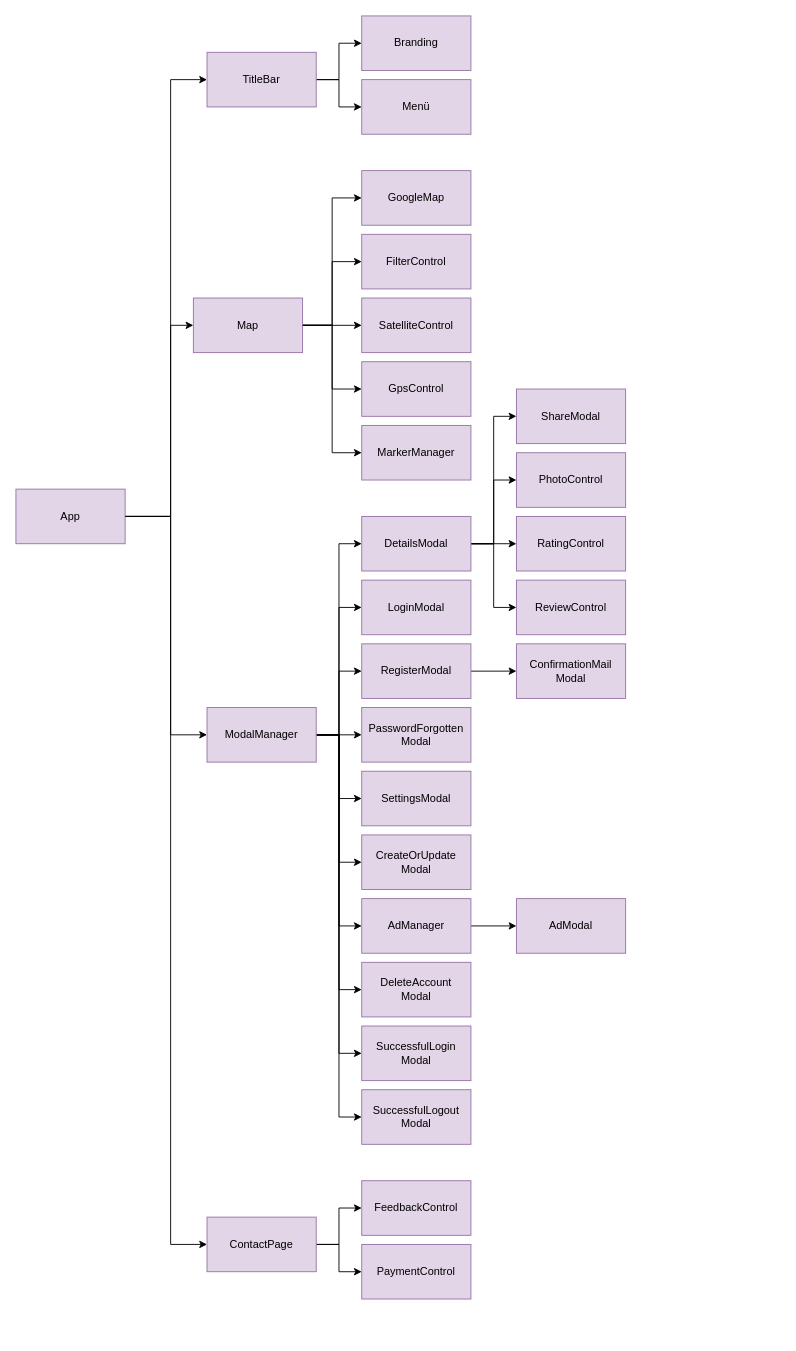
Earlier version of the draw.io diagram page "front-end" (6 of 6) of _images/architecture.drawio (gartenkralle/geolocation-services-doc). Source tidied: cells renumbered, new cells numbered last; positions are measured from the earlier drawing's top-left corner, leaving out a move shared by most shapes. Both pictures are drawn from the tidied source at 91%, with x=0, y=0 at pixel (15, 15).
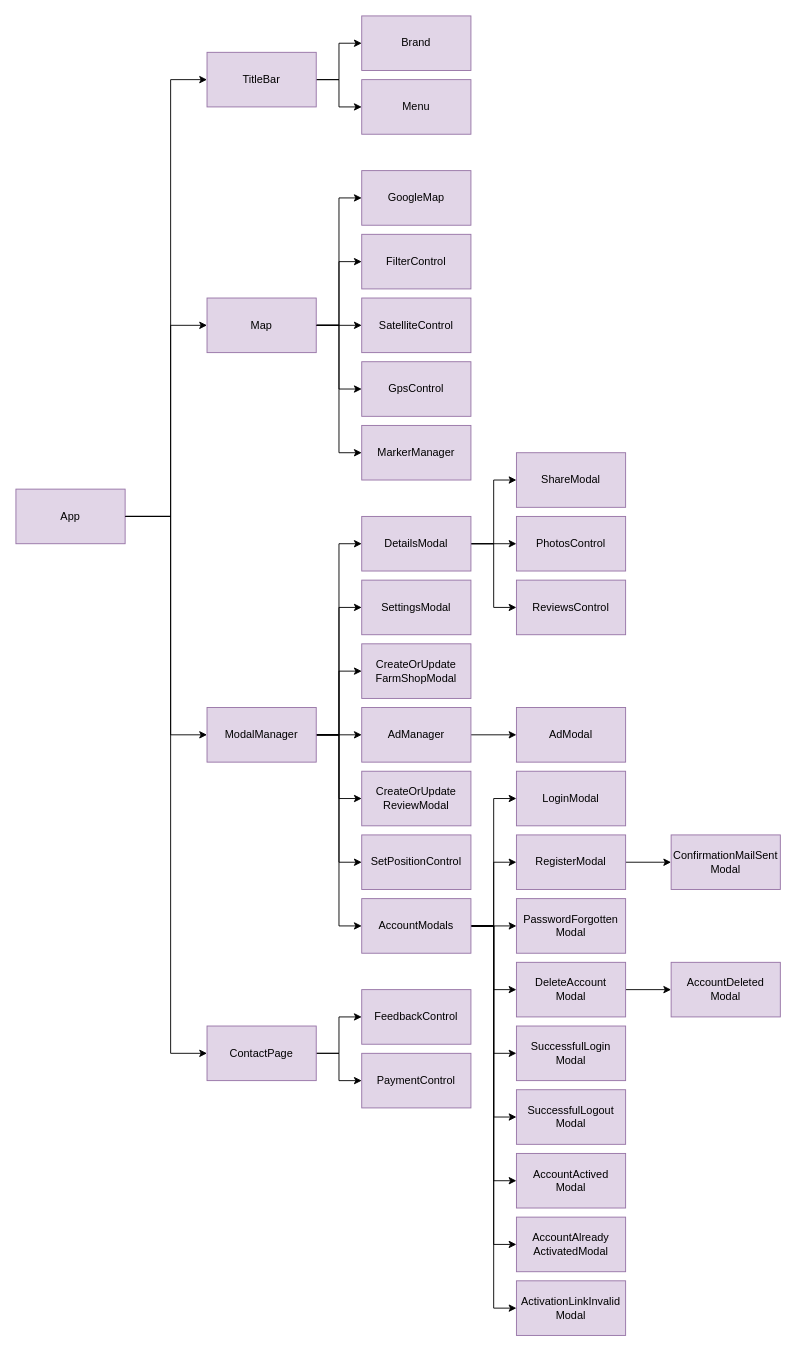
Above is the later version.

Commit message (it also covers changes not shown here):
update front end diagram

The change refers to these unchanged cells:
```xml
<mxCell id="5" value="App" style="rounded=0;whiteSpace=wrap;html=1;fillColor=#e1d5e7;strokeColor=#9673a6;" parent="1" vertex="1">
  <mxGeometry y="520" width="120" height="60" as="geometry" />
</mxCell>
<mxCell id="22" value="ModalManager" style="rounded=0;whiteSpace=wrap;html=1;fillColor=#e1d5e7;strokeColor=#9673a6;" parent="1" vertex="1">
  <mxGeometry x="210" y="760" width="120" height="60" as="geometry" />
</mxCell>
<mxCell id="37" value="DetailsModal" style="rounded=0;whiteSpace=wrap;html=1;fillColor=#e1d5e7;strokeColor=#9673a6;" parent="1" vertex="1">
  <mxGeometry x="380" y="550" width="120" height="60" as="geometry" />
</mxCell>
```

Change to the diagram source:
```diff
@@
     <mxCell id="4" style="edgeStyle=orthogonalEdgeStyle;rounded=0;jettySize=auto;html=1;entryX=0;entryY=0.5;entryDx=0;entryDy=0;" parent="1" edge="1" source="5" target="49">
       <mxGeometry relative="1" as="geometry">
         <Array as="points">
           <mxPoint x="170" y="550" />
-          <mxPoint x="170" y="1350" />
+          <mxPoint x="170" y="1140" />
         </Array>
       </mxGeometry>
     </mxCell>
@@
-    <mxCell id="6" value="Menü" style="rounded=0;whiteSpace=wrap;html=1;fillColor=#e1d5e7;strokeColor=#9673a6;" parent="1" vertex="1">
+    <mxCell id="6" value="Menu" style="rounded=0;whiteSpace=wrap;html=1;fillColor=#e1d5e7;strokeColor=#9673a6;" parent="1" vertex="1">
       <mxGeometry x="380" y="70" width="120" height="60" as="geometry" />
     </mxCell>
@@
     <mxCell id="11" value="Map" style="rounded=0;whiteSpace=wrap;html=1;fillColor=#e1d5e7;strokeColor=#9673a6;" parent="1" vertex="1">
-      <mxGeometry x="195" y="310" width="120" height="60" as="geometry" />
+      <mxGeometry x="210" y="310" width="120" height="60" as="geometry" />
     </mxCell>
@@
-    <mxCell id="13" style="edgeStyle=orthogonalEdgeStyle;rounded=0;jettySize=auto;html=1;entryX=0;entryY=0.5;entryDx=0;entryDy=0;" parent="1" edge="1" source="22" target="23">
-      <mxGeometry relative="1" as="geometry" />
-    </mxCell>
-    <mxCell id="14" style="edgeStyle=orthogonalEdgeStyle;rounded=0;jettySize=auto;html=1;entryX=0;entryY=0.5;entryDx=0;entryDy=0;" parent="1" edge="1" source="22" target="25">
-      <mxGeometry relative="1" as="geometry" />
-    </mxCell>
-    <mxCell id="15" style="edgeStyle=orthogonalEdgeStyle;rounded=0;jettySize=auto;html=1;entryX=0;entryY=0.5;entryDx=0;entryDy=0;" parent="1" edge="1" source="22" target="26">
-      <mxGeometry relative="1" as="geometry" />
-    </mxCell>
@@
-    <mxCell id="19" style="edgeStyle=orthogonalEdgeStyle;rounded=0;jettySize=auto;html=1;entryX=0;entryY=0.5;entryDx=0;entryDy=0;" parent="1" edge="1" source="22" target="53">
-      <mxGeometry relative="1" as="geometry" />
-    </mxCell>
-    <mxCell id="20" style="edgeStyle=orthogonalEdgeStyle;rounded=0;jettySize=auto;html=1;entryX=0;entryY=0.5;entryDx=0;entryDy=0;" parent="1" edge="1" source="22" target="58">
-      <mxGeometry relative="1" as="geometry" />
-    </mxCell>
-    <mxCell id="21" style="edgeStyle=orthogonalEdgeStyle;rounded=0;jettySize=auto;html=1;entryX=0;entryY=0.5;entryDx=0;entryDy=0;" parent="1" edge="1" source="22" target="59">
-      <mxGeometry relative="1" as="geometry" />
-    </mxCell>
+    <mxCell id="61" style="edgeStyle=orthogonalEdgeStyle;rounded=0;jettySize=auto;html=1;entryX=0;entryY=0.5;entryDx=0;entryDy=0;" parent="1" edge="1" source="22" target="65">
+      <mxGeometry relative="1" as="geometry" />
+    </mxCell>
+    <mxCell id="62" style="edgeStyle=orthogonalEdgeStyle;rounded=0;jettySize=auto;html=1;entryX=0;entryY=0.5;entryDx=0;entryDy=0;" parent="1" edge="1" source="22" target="66">
+      <mxGeometry relative="1" as="geometry" />
+    </mxCell>
+    <mxCell id="63" style="edgeStyle=orthogonalEdgeStyle;rounded=0;jettySize=auto;html=1;entryX=0;entryY=0.5;entryDx=0;entryDy=0;" parent="1" edge="1" source="22" target="76">
+      <mxGeometry relative="1" as="geometry" />
+    </mxCell>
@@
     <mxCell id="23" value="LoginModal" style="rounded=0;whiteSpace=wrap;html=1;fillColor=#e1d5e7;strokeColor=#9673a6;" parent="1" vertex="1">
-      <mxGeometry x="380" y="620" width="120" height="60" as="geometry" />
+      <mxGeometry x="550" y="830" width="120" height="60" as="geometry" />
     </mxCell>
@@
     <mxCell id="25" value="RegisterModal" style="rounded=0;whiteSpace=wrap;html=1;fillColor=#e1d5e7;strokeColor=#9673a6;" parent="1" vertex="1">
-      <mxGeometry x="380" y="690" width="120" height="60" as="geometry" />
+      <mxGeometry x="550" y="900" width="120" height="60" as="geometry" />
     </mxCell>
     <mxCell id="26" value="PasswordForgotten&lt;div&gt;Modal&lt;/div&gt;" style="rounded=0;whiteSpace=wrap;html=1;fillColor=#e1d5e7;strokeColor=#9673a6;" parent="1" vertex="1">
-      <mxGeometry x="380" y="760" width="120" height="60" as="geometry" />
+      <mxGeometry x="550" y="970" width="120" height="60" as="geometry" />
     </mxCell>
@@
     <mxCell id="31" value="SettingsModal" style="rounded=0;whiteSpace=wrap;html=1;fillColor=#e1d5e7;strokeColor=#9673a6;" parent="1" vertex="1">
-      <mxGeometry x="380" y="830" width="120" height="60" as="geometry" />
+      <mxGeometry x="380" y="620" width="120" height="60" as="geometry" />
     </mxCell>
-    <mxCell id="32" value="CreateOrUpdate&lt;div&gt;Modal&lt;/div&gt;" style="rounded=0;whiteSpace=wrap;html=1;fillColor=#e1d5e7;strokeColor=#9673a6;" parent="1" vertex="1">
-      <mxGeometry x="380" y="900" width="120" height="60" as="geometry" />
+    <mxCell id="32" value="CreateOrUpdate&lt;div&gt;FarmShop&lt;span style=&quot;background-color: initial;&quot;&gt;Modal&lt;/span&gt;&lt;/div&gt;" style="rounded=0;whiteSpace=wrap;html=1;fillColor=#e1d5e7;strokeColor=#9673a6;" parent="1" vertex="1">
+      <mxGeometry x="380" y="690" width="120" height="60" as="geometry" />
     </mxCell>
@@
-    <mxCell id="36" style="edgeStyle=orthogonalEdgeStyle;rounded=0;jettySize=auto;html=1;entryX=0;entryY=0.5;entryDx=0;entryDy=0;" parent="1" edge="1" source="37" target="57">
-      <mxGeometry relative="1" as="geometry" />
-    </mxCell>
@@
-    <mxCell id="41" value="Branding" style="rounded=0;whiteSpace=wrap;html=1;fillColor=#e1d5e7;strokeColor=#9673a6;" parent="1" vertex="1">
+    <mxCell id="41" value="Brand" style="rounded=0;whiteSpace=wrap;html=1;fillColor=#e1d5e7;strokeColor=#9673a6;" parent="1" vertex="1">
       <mxGeometry x="380" width="120" height="60" as="geometry" />
     </mxCell>
@@
     <mxCell id="44" value="AdModal" style="rounded=0;whiteSpace=wrap;html=1;fillColor=#e1d5e7;strokeColor=#9673a6;" parent="1" vertex="1">
-      <mxGeometry x="550" y="970" width="120" height="60" as="geometry" />
+      <mxGeometry x="550" y="760" width="120" height="60" as="geometry" />
     </mxCell>
@@
     <mxCell id="46" value="AdManager" style="rounded=0;whiteSpace=wrap;html=1;fillColor=#e1d5e7;strokeColor=#9673a6;" parent="1" vertex="1">
-      <mxGeometry x="380" y="970" width="120" height="60" as="geometry" />
+      <mxGeometry x="380" y="760" width="120" height="60" as="geometry" />
     </mxCell>
@@
     <mxCell id="49" value="ContactPage" style="rounded=0;whiteSpace=wrap;html=1;fillColor=#e1d5e7;strokeColor=#9673a6;" parent="1" vertex="1">
-      <mxGeometry x="210" y="1320" width="120" height="60" as="geometry" />
+      <mxGeometry x="210" y="1110" width="120" height="60" as="geometry" />
     </mxCell>
     <mxCell id="50" value="FeedbackControl" style="rounded=0;whiteSpace=wrap;html=1;fillColor=#e1d5e7;strokeColor=#9673a6;" parent="1" vertex="1">
-      <mxGeometry x="380" y="1280" width="120" height="60" as="geometry" />
+      <mxGeometry x="380" y="1070" width="120" height="60" as="geometry" />
     </mxCell>
     <mxCell id="51" value="PaymentControl" style="rounded=0;whiteSpace=wrap;html=1;fillColor=#e1d5e7;strokeColor=#9673a6;" parent="1" vertex="1">
-      <mxGeometry x="380" y="1350" width="120" height="60" as="geometry" />
+      <mxGeometry x="380" y="1140" width="120" height="60" as="geometry" />
     </mxCell>
@@
+    <mxCell id="64" style="edgeStyle=orthogonalEdgeStyle;rounded=0;jettySize=auto;html=1;entryX=0;entryY=0.5;entryDx=0;entryDy=0;" parent="1" edge="1" source="53" target="77">
+      <mxGeometry relative="1" as="geometry" />
+    </mxCell>
     <mxCell id="53" value="DeleteAccount&lt;div&gt;Modal&lt;/div&gt;" style="rounded=0;whiteSpace=wrap;html=1;fillColor=#e1d5e7;strokeColor=#9673a6;" parent="1" vertex="1">
-      <mxGeometry x="380" y="1040" width="120" height="60" as="geometry" />
+      <mxGeometry x="550" y="1040" width="120" height="60" as="geometry" />
     </mxCell>
     <mxCell id="54" value="ShareModal" style="rounded=0;whiteSpace=wrap;html=1;flipV=1;fillColor=#e1d5e7;strokeColor=#9673a6;" parent="1" vertex="1">
-      <mxGeometry x="550" y="410" width="120" height="60" as="geometry" />
+      <mxGeometry x="550" y="480" width="120" height="60" as="geometry" />
     </mxCell>
-    <mxCell id="55" value="PhotoControl" style="rounded=0;whiteSpace=wrap;html=1;flipV=1;fillColor=#e1d5e7;strokeColor=#9673a6;" parent="1" vertex="1">
-      <mxGeometry x="550" y="480" width="120" height="60" as="geometry" />
+    <mxCell id="55" value="PhotosControl" style="rounded=0;whiteSpace=wrap;html=1;flipV=1;fillColor=#e1d5e7;strokeColor=#9673a6;" parent="1" vertex="1">
+      <mxGeometry x="550" y="550" width="120" height="60" as="geometry" />
     </mxCell>
-    <mxCell id="56" value="ReviewControl" style="rounded=0;whiteSpace=wrap;html=1;flipV=1;fillColor=#e1d5e7;strokeColor=#9673a6;" parent="1" vertex="1">
+    <mxCell id="56" value="ReviewsControl" style="rounded=0;whiteSpace=wrap;html=1;flipV=1;fillColor=#e1d5e7;strokeColor=#9673a6;" parent="1" vertex="1">
       <mxGeometry x="550" y="620" width="120" height="60" as="geometry" />
     </mxCell>
-    <mxCell id="57" value="RatingControl" style="rounded=0;whiteSpace=wrap;html=1;flipV=1;fillColor=#e1d5e7;strokeColor=#9673a6;" parent="1" vertex="1">
-      <mxGeometry x="550" y="550" width="120" height="60" as="geometry" />
-    </mxCell>
     <mxCell id="58" value="SuccessfulLogin&lt;div&gt;Modal&lt;/div&gt;" style="rounded=0;whiteSpace=wrap;html=1;fillColor=#e1d5e7;strokeColor=#9673a6;" parent="1" vertex="1">
-      <mxGeometry x="380" y="1110" width="120" height="60" as="geometry" />
+      <mxGeometry x="550" y="1110" width="120" height="60" as="geometry" />
     </mxCell>
     <mxCell id="59" value="SuccessfulLogout&lt;div&gt;Modal&lt;/div&gt;" style="rounded=0;whiteSpace=wrap;html=1;fillColor=#e1d5e7;strokeColor=#9673a6;" parent="1" vertex="1">
-      <mxGeometry x="380" y="1180" width="120" height="60" as="geometry" />
+      <mxGeometry x="550" y="1180" width="120" height="60" as="geometry" />
     </mxCell>
-    <mxCell id="60" value="ConfirmationMail&lt;div&gt;Modal&lt;/div&gt;" style="rounded=0;whiteSpace=wrap;html=1;fillColor=#e1d5e7;strokeColor=#9673a6;" parent="1" vertex="1">
-      <mxGeometry x="550" y="690" width="120" height="60" as="geometry" />
+    <mxCell id="60" value="ConfirmationMailSent&lt;div&gt;Modal&lt;/div&gt;" style="rounded=0;whiteSpace=wrap;html=1;fillColor=#e1d5e7;strokeColor=#9673a6;" parent="1" vertex="1">
+      <mxGeometry x="720" y="900" width="120" height="60" as="geometry" />
     </mxCell>
+    <mxCell id="65" value="CreateOrUpdate&lt;div&gt;ReviewModal&lt;/div&gt;" style="rounded=0;whiteSpace=wrap;html=1;fillColor=#e1d5e7;strokeColor=#9673a6;" parent="1" vertex="1">
+      <mxGeometry x="380" y="830" width="120" height="60" as="geometry" />
+    </mxCell>
+    <mxCell id="66" value="SetPositionControl" style="rounded=0;whiteSpace=wrap;html=1;fillColor=#e1d5e7;strokeColor=#9673a6;" parent="1" vertex="1">
+      <mxGeometry x="380" y="900" width="120" height="60" as="geometry" />
+    </mxCell>
+    <mxCell id="67" style="edgeStyle=orthogonalEdgeStyle;rounded=0;jettySize=auto;html=1;entryX=0;entryY=0.5;entryDx=0;entryDy=0;" parent="1" edge="1" source="76" target="23">
+      <mxGeometry relative="1" as="geometry" />
+    </mxCell>
+    <mxCell id="68" style="edgeStyle=orthogonalEdgeStyle;rounded=0;jettySize=auto;html=1;entryX=0;entryY=0.5;entryDx=0;entryDy=0;" parent="1" edge="1" source="76" target="25">
+      <mxGeometry relative="1" as="geometry" />
+    </mxCell>
+    <mxCell id="69" style="edgeStyle=orthogonalEdgeStyle;rounded=0;jettySize=auto;html=1;entryX=0;entryY=0.5;entryDx=0;entryDy=0;" parent="1" edge="1" source="76" target="26">
+      <mxGeometry relative="1" as="geometry" />
+    </mxCell>
+    <mxCell id="70" style="edgeStyle=orthogonalEdgeStyle;rounded=0;jettySize=auto;html=1;entryX=0;entryY=0.5;entryDx=0;entryDy=0;" parent="1" edge="1" source="76" target="53">
+      <mxGeometry relative="1" as="geometry" />
+    </mxCell>
+    <mxCell id="71" style="edgeStyle=orthogonalEdgeStyle;rounded=0;jettySize=auto;html=1;entryX=0;entryY=0.5;entryDx=0;entryDy=0;" parent="1" edge="1" source="76" target="58">
+      <mxGeometry relative="1" as="geometry" />
+    </mxCell>
+    <mxCell id="72" style="edgeStyle=orthogonalEdgeStyle;rounded=0;jettySize=auto;html=1;entryX=0;entryY=0.5;entryDx=0;entryDy=0;" parent="1" edge="1" source="76" target="59">
+      <mxGeometry relative="1" as="geometry" />
+    </mxCell>
+    <mxCell id="73" style="edgeStyle=orthogonalEdgeStyle;rounded=0;jettySize=auto;html=1;entryX=0;entryY=0.5;entryDx=0;entryDy=0;" parent="1" edge="1" source="76" target="78">
+      <mxGeometry relative="1" as="geometry" />
+    </mxCell>
+    <mxCell id="74" style="edgeStyle=orthogonalEdgeStyle;rounded=0;jettySize=auto;html=1;entryX=0;entryY=0.5;entryDx=0;entryDy=0;" parent="1" edge="1" source="76" target="79">
+      <mxGeometry relative="1" as="geometry" />
+    </mxCell>
+    <mxCell id="75" style="edgeStyle=orthogonalEdgeStyle;rounded=0;jettySize=auto;html=1;entryX=0;entryY=0.5;entryDx=0;entryDy=0;" parent="1" edge="1" source="76" target="80">
+      <mxGeometry relative="1" as="geometry" />
+    </mxCell>
+    <mxCell id="76" value="AccountModals" style="rounded=0;whiteSpace=wrap;html=1;fillColor=#e1d5e7;strokeColor=#9673a6;" parent="1" vertex="1">
+      <mxGeometry x="380" y="970" width="120" height="60" as="geometry" />
+    </mxCell>
+    <mxCell id="77" value="AccountDeleted&lt;div&gt;Modal&lt;/div&gt;" style="rounded=0;whiteSpace=wrap;html=1;fillColor=#e1d5e7;strokeColor=#9673a6;" parent="1" vertex="1">
+      <mxGeometry x="720" y="1040" width="120" height="60" as="geometry" />
+    </mxCell>
+    <mxCell id="78" value="AccountActived&lt;div&gt;Modal&lt;/div&gt;" style="rounded=0;whiteSpace=wrap;html=1;fillColor=#e1d5e7;strokeColor=#9673a6;" parent="1" vertex="1">
+      <mxGeometry x="550" y="1250" width="120" height="60" as="geometry" />
+    </mxCell>
+    <mxCell id="79" value="AccountAlready&lt;div&gt;ActivatedModal&lt;/div&gt;" style="rounded=0;whiteSpace=wrap;html=1;fillColor=#e1d5e7;strokeColor=#9673a6;" parent="1" vertex="1">
+      <mxGeometry x="550" y="1320" width="120" height="60" as="geometry" />
+    </mxCell>
+    <mxCell id="80" value="ActivationLinkInvalid&lt;div&gt;Modal&lt;/div&gt;" style="rounded=0;whiteSpace=wrap;html=1;fillColor=#e1d5e7;strokeColor=#9673a6;" parent="1" vertex="1">
+      <mxGeometry x="550" y="1390" width="120" height="60" as="geometry" />
+    </mxCell>
```
